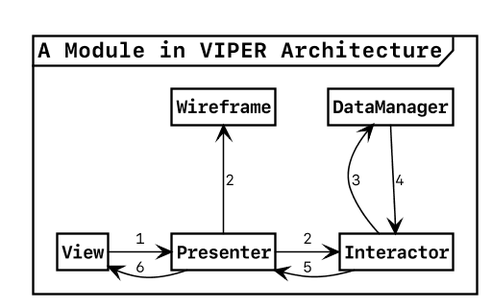
eduDorus/PAWI keeps this PlantUML diagram as doc/images/viper-architecture-numbered.png. Above is the earlier version.
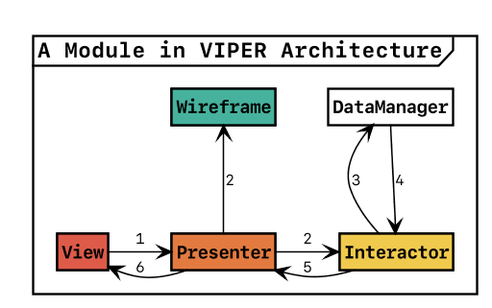
After the change.

Change to the diagram source:
```diff
@@ -1,4 +1,5 @@
-@startuml
+@startuml viper-architecture-numbered
+
 skinparam Shadowing false
 skinparam DefaultFontName "SF Mono"
 skinparam dpi 150
@@ -12,17 +13,27 @@
 	StereotypeFontSize 10
 	ArrowFontSize 10
 	AttributeIconSize 0
+	HeaderBackgroundColor<<Wireframe>> #46B29D
+	HeaderBackgroundColor<<View>>  #DE5B49
+	HeaderBackgroundColor<<Interactor>> #F0CA4D
+	HeaderBackgroundColor<<Presenter>> #E37B40
+}
+
+skinparam Component {
+	BorderColor black
+	BackgroundColor white
 }
 
 hide empty fields
 hide empty methods
 hide circle
+hide stereotype
 
 package "A Module in VIPER Architecture" <<Frame>> {
-	class Wireframe
-	class Presenter
-	class View
-	class Interactor
+	class Wireframe <<Wireframe>>
+	class Presenter <<Presenter>>
+	class View <<View>>
+	class Interactor <<Interactor>>
 
 	Wireframe <-- Presenter : 2
 	View -> Presenter : 1
```
